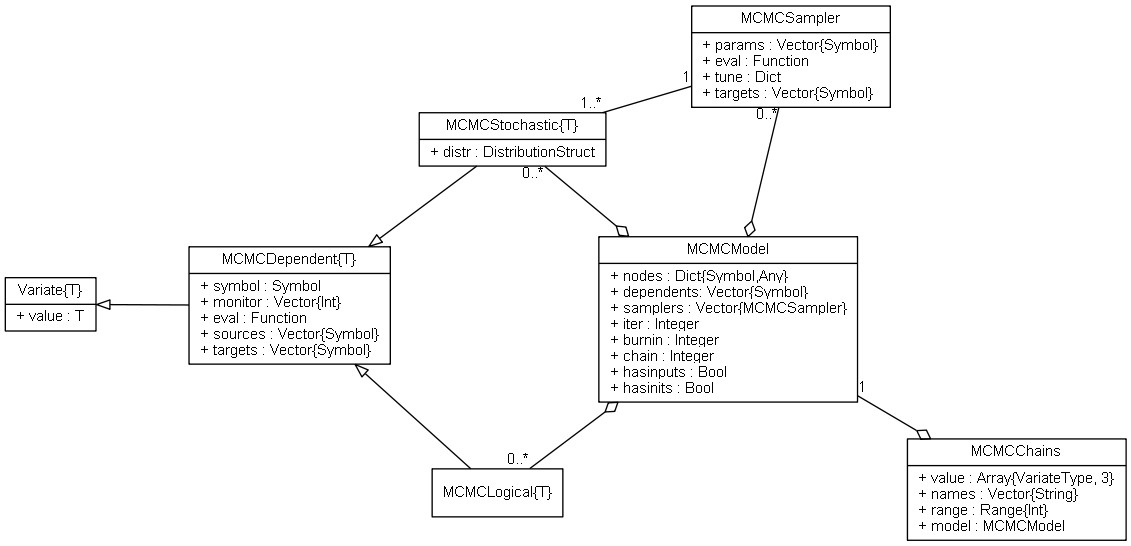
Above: doc/images/mcmcUML.png in brian-j-smith/Mamba.jl (Graphviz), before the change. Its source is kept beside it as doc/images/mcmcUML.dot.
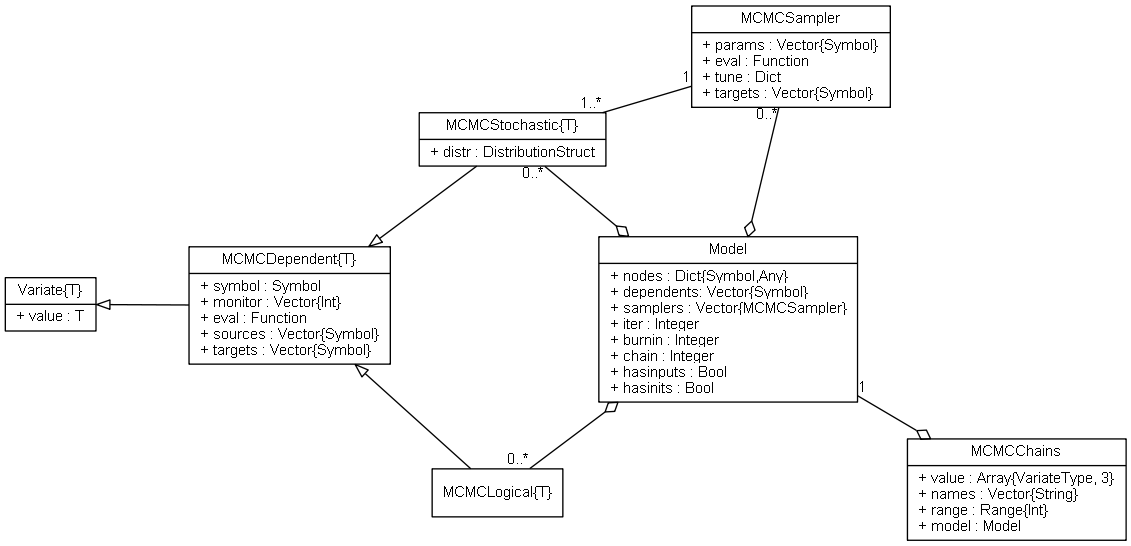
After the commit.

Diff of the diagram source:
```diff
@@ -18,17 +18,17 @@
 
 	MCMCSampler [label = "{MCMCSampler|+ params : Vector\{Symbol\}\l+ eval : Function\l+ tune : Dict\l+ targets : Vector\{Symbol\}\l}"]
 
-	MCMCModel [label = "{MCMCModel|+ nodes : Dict\{Symbol,Any\}\l+ dependents: Vector\{Symbol\}\l+ samplers : Vector\{MCMCSampler\}\l+ iter : Integer\l+ burnin : Integer\l+ chain : Integer\l+ hasinputs : Bool\l+ hasinits : Bool\l}"]
+	Model [label = "{Model|+ nodes : Dict\{Symbol,Any\}\l+ dependents: Vector\{Symbol\}\l+ samplers : Vector\{MCMCSampler\}\l+ iter : Integer\l+ burnin : Integer\l+ chain : Integer\l+ hasinputs : Bool\l+ hasinits : Bool\l}"]
 
-	MCMCChains [label = "{MCMCChains|+ value : Array\{VariateType, 3\}\l+ names : Vector\{String\}\l+ range : Range\{Int\}\l+ model : MCMCModel\l}"]
+	MCMCChains [label = "{MCMCChains|+ value : Array\{VariateType, 3\}\l+ names : Vector\{String\}\l+ range : Range\{Int\}\l+ model : Model\l}"]
 
 	MCMCDependent -- Variate[len = 0.9, arrowhead = empty]
 	MCMCLogical -- MCMCDependent[arrowhead = empty]
 	MCMCStochastic -- MCMCDependent[arrowhead = empty]
 	MCMCSampler -- MCMCStochastic[len = 1.2, taillabel = "1", headlabel = "1..*"]
-	MCMCModel -- MCMCSampler[arrowtail = odiamond, headlabel = "0..*"]
-	MCMCModel -- MCMCLogical[arrowtail = odiamond, headlabel = "0..*"]
-	MCMCModel -- MCMCStochastic[arrowtail = odiamond, headlabel = "0..*"]
-	MCMCChains -- MCMCModel[len = 1.2, arrowtail = odiamond, headlabel = "1"]
+	Model -- MCMCSampler[arrowtail = odiamond, headlabel = "0..*"]
+	Model -- MCMCLogical[arrowtail = odiamond, headlabel = "0..*"]
+	Model -- MCMCStochastic[arrowtail = odiamond, headlabel = "0..*"]
+	MCMCChains -- Model[len = 1.2, arrowtail = odiamond, headlabel = "1"]
 
 }
```
